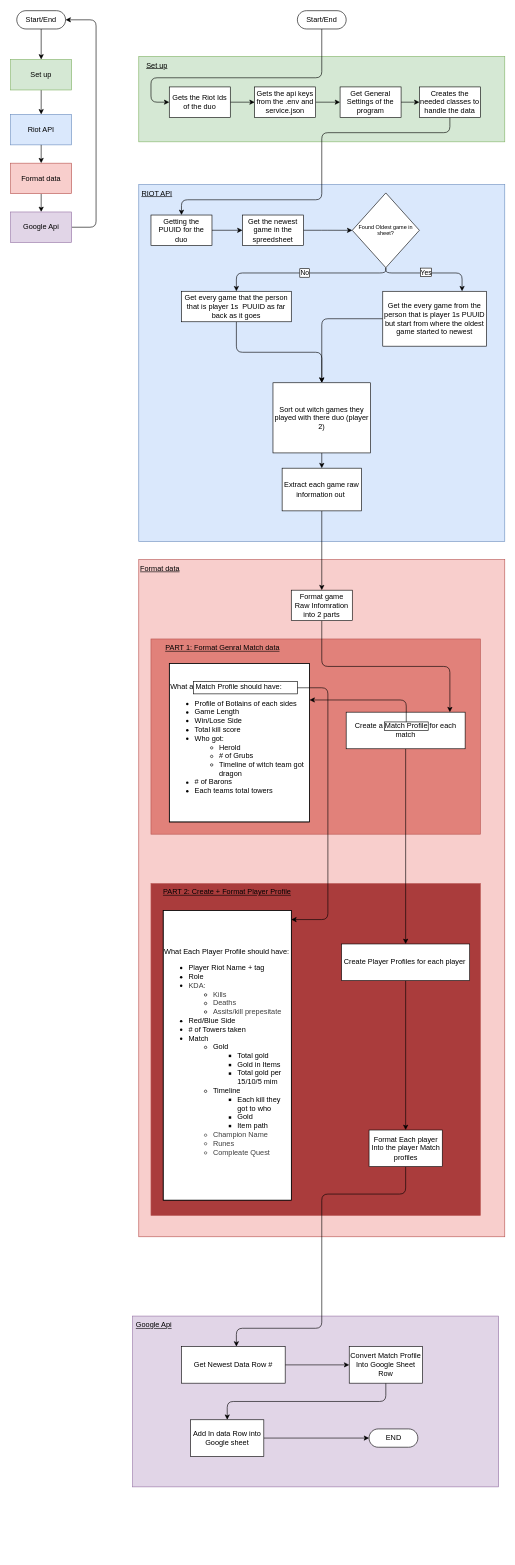
Above: structure.drawio in DavidJanssonDev/botlain-duo-spreadsheet-tracker (draw.io), before the change. Source tidied: cells renumbered, new cells numbered last; positions are measured from the earlier drawing's top-left corner, leaving out a move shared by most shapes. Both pictures are drawn from the tidied source at 61%, with x=0, y=0 at pixel (10, 10).
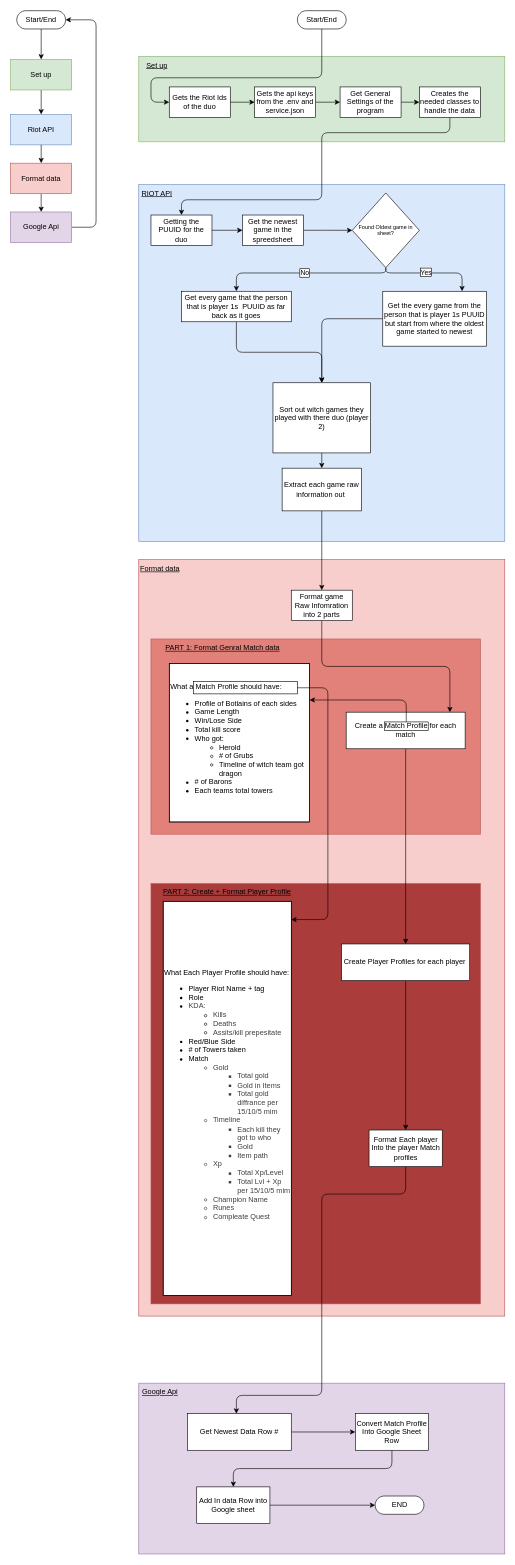
After the change.

Commit message (it also covers changes not shown here):
Finish Phase 1

Added the Class fields and what they include in the class and change a bit ofteh structure to explain better

Unchanged cells that the change refers to:
```xml
<mxCell id="67" value="Format Each player Into the player Match profiles" style="whiteSpace=wrap;html=1;rounded=0;" parent="1" vertex="1">
  <mxGeometry x="587.5" y="1835" width="120" height="60" as="geometry" />
</mxCell>
```

What changed in the source:
```diff
@@
     <mxCell id="2" style="html=1;dashed=0;whiteSpace=wrap;fillColor=#f8cecc;strokeColor=#b85450;" parent="1" vertex="1">
-      <mxGeometry x="210" y="900" width="600" height="1110" as="geometry" />
+      <mxGeometry x="210" y="900" width="600" height="1240" as="geometry" />
     </mxCell>
     <mxCell id="3" style="html=1;dashed=0;whiteSpace=wrap;fillColor=light-dark(#aa3c3c, #ededed);strokeColor=#b85450;fillStyle=solid;" parent="1" vertex="1">
-      <mxGeometry x="230" y="1431" width="540" height="544" as="geometry" />
+      <mxGeometry x="230" y="1431" width="540" height="689" as="geometry" />
     </mxCell>
@@
     <mxCell id="38" style="html=1;dashed=0;whiteSpace=wrap;fillColor=#e1d5e7;strokeColor=#9673a6;" parent="1" vertex="1">
-      <mxGeometry x="200" y="2140" width="600" height="280" as="geometry" />
+      <mxGeometry x="210" y="2250" width="600" height="280" as="geometry" />
     </mxCell>
     <mxCell id="39" value="&lt;span style=&quot;color: rgb(0, 0, 0);&quot;&gt;Google Api&lt;/span&gt;" style="text;html=1;whiteSpace=wrap;strokeColor=none;fillColor=none;align=center;verticalAlign=middle;rounded=0;fontStyle=4;" parent="1" vertex="1">
-      <mxGeometry x="200" y="2150" width="70" height="10" as="geometry" />
+      <mxGeometry x="210" y="2260" width="70" height="10" as="geometry" />
     </mxCell>
@@
     <mxCell id="62" style="group;" parent="1" vertex="1">
-      <mxGeometry x="250" y="1475" width="210" height="500" as="geometry" />
+      <mxGeometry x="250" y="1460" width="210" height="680" as="geometry" />
     </mxCell>
     <mxCell id="63" style="whiteSpace=wrap;html=1;dashed=0;align=left;labelPosition=right;verticalLabelPosition=top;verticalAlign=bottom;" parent="62" vertex="1">
-      <mxGeometry width="210" height="475" as="geometry" />
+      <mxGeometry width="210" height="646" as="geometry" />
     </mxCell>
-    <mxCell id="64" value="What Each Player Profile should have:&lt;div&gt;&lt;ul&gt;&lt;li&gt;Player Riot Name + tag&lt;/li&gt;&lt;li&gt;Role&lt;/li&gt;&lt;li&gt;&lt;span style=&quot;color: rgb(63, 63, 63); background-color: transparent;&quot;&gt;KDA:&lt;/span&gt;&lt;/li&gt;&lt;ul&gt;&lt;li&gt;&lt;span style=&quot;color: rgb(63, 63, 63); background-color: transparent;&quot;&gt;Kills&lt;/span&gt;&lt;/li&gt;&lt;li&gt;&lt;span style=&quot;color: rgb(63, 63, 63); background-color: transparent;&quot;&gt;Deaths&lt;/span&gt;&lt;/li&gt;&lt;li&gt;&lt;span style=&quot;color: rgb(63, 63, 63); background-color: transparent;&quot;&gt;Assits/kill prepesitate&lt;/span&gt;&lt;/li&gt;&lt;/ul&gt;&lt;li&gt;Red/Blue Side&lt;/li&gt;&lt;li&gt;# of Towers taken&lt;/li&gt;&lt;li&gt;Match&lt;/li&gt;&lt;ul&gt;&lt;li&gt;Gold&amp;nbsp;&lt;/li&gt;&lt;ul&gt;&lt;li&gt;Total gold&lt;/li&gt;&lt;li&gt;Gold in Items&lt;/li&gt;&lt;li&gt;Total gold per 15/10/5 mim&lt;/li&gt;&lt;/ul&gt;&lt;li&gt;Timeline&lt;/li&gt;&lt;ul&gt;&lt;li&gt;Each kill they got to who&lt;/li&gt;&lt;li&gt;Gold&lt;/li&gt;&lt;li&gt;Item path&lt;/li&gt;&lt;/ul&gt;&lt;li style=&quot;color: rgb(63, 63, 63); scrollbar-color: rgba(78, 86, 102, 0.38) rgb(22, 25, 29);&quot;&gt;Champion Name&lt;/li&gt;&lt;li style=&quot;color: rgb(63, 63, 63); scrollbar-color: rgba(78, 86, 102, 0.38) rgb(22, 25, 29);&quot;&gt;Runes&lt;/li&gt;&lt;li style=&quot;color: rgb(63, 63, 63); scrollbar-color: rgba(78, 86, 102, 0.38) rgb(22, 25, 29);&quot;&gt;Compleate Quest&lt;/li&gt;&lt;/ul&gt;&lt;/ul&gt;&lt;/div&gt;" style="text;html=1;whiteSpace=wrap;strokeColor=default;fillColor=none;align=left;verticalAlign=middle;rounded=0;" parent="62" vertex="1">
-      <mxGeometry width="210" height="475" as="geometry" />
+    <mxCell id="64" value="What Each Player Profile should have:&lt;div&gt;&lt;ul&gt;&lt;li&gt;Player Riot Name + tag&lt;/li&gt;&lt;li&gt;Role&lt;/li&gt;&lt;li&gt;&lt;span style=&quot;color: rgb(63, 63, 63); background-color: transparent;&quot;&gt;KDA:&lt;/span&gt;&lt;/li&gt;&lt;ul&gt;&lt;li&gt;&lt;span style=&quot;color: rgb(63, 63, 63); background-color: transparent;&quot;&gt;Kills&lt;/span&gt;&lt;/li&gt;&lt;li&gt;&lt;span style=&quot;color: rgb(63, 63, 63); background-color: transparent;&quot;&gt;Deaths&lt;/span&gt;&lt;/li&gt;&lt;li&gt;&lt;span style=&quot;color: rgb(63, 63, 63); background-color: transparent;&quot;&gt;Assits/kill prepesitate&lt;/span&gt;&lt;/li&gt;&lt;/ul&gt;&lt;li&gt;Red/Blue Side&lt;/li&gt;&lt;li&gt;# of Towers taken&lt;/li&gt;&lt;li&gt;Match&lt;/li&gt;&lt;ul style=&quot;color: rgb(63, 63, 63); scrollbar-color: rgba(78, 86, 102, 0.38) rgb(22, 25, 29);&quot;&gt;&lt;li&gt;Gold&amp;nbsp;&lt;/li&gt;&lt;ul&gt;&lt;li&gt;Total gold&lt;/li&gt;&lt;li&gt;Gold in Items&lt;/li&gt;&lt;li&gt;Total gold diffrance per 15/10/5 mim&lt;/li&gt;&lt;/ul&gt;&lt;li&gt;Timeline&lt;/li&gt;&lt;ul&gt;&lt;li&gt;Each kill they got to who&lt;/li&gt;&lt;li&gt;Gold&lt;/li&gt;&lt;li&gt;Item path&lt;br&gt;&lt;/li&gt;&lt;/ul&gt;&lt;li style=&quot;color: rgb(63, 63, 63); scrollbar-color: rgba(78, 86, 102, 0.38) rgb(22, 25, 29);&quot;&gt;Xp&lt;/li&gt;&lt;ul&gt;&lt;li style=&quot;color: rgb(63, 63, 63); scrollbar-color: rgba(78, 86, 102, 0.38) rgb(22, 25, 29);&quot;&gt;Total Xp/Level&lt;/li&gt;&lt;li style=&quot;color: rgb(63, 63, 63); scrollbar-color: rgba(78, 86, 102, 0.38) rgb(22, 25, 29);&quot;&gt;Total Lvl + Xp per 15/10/5 mim&lt;/li&gt;&lt;/ul&gt;&lt;/ul&gt;&lt;ul&gt;&lt;li style=&quot;color: rgb(63, 63, 63); scrollbar-color: rgba(78, 86, 102, 0.38) rgb(22, 25, 29);&quot;&gt;Champion Name&lt;/li&gt;&lt;li style=&quot;color: rgb(63, 63, 63); scrollbar-color: rgba(78, 86, 102, 0.38) rgb(22, 25, 29);&quot;&gt;Runes&lt;/li&gt;&lt;li style=&quot;color: rgb(63, 63, 63); scrollbar-color: rgba(78, 86, 102, 0.38) rgb(22, 25, 29);&quot;&gt;Compleate Quest&lt;/li&gt;&lt;/ul&gt;&lt;/ul&gt;&lt;/div&gt;" style="text;html=1;whiteSpace=wrap;strokeColor=default;fillColor=none;align=left;verticalAlign=middle;rounded=0;" parent="62" vertex="1">
+      <mxGeometry width="210" height="646" as="geometry" />
     </mxCell>
@@
     <mxCell id="66" style="edgeStyle=orthogonalEdgeStyle;shape=connector;rounded=1;html=1;strokeColor=default;align=center;verticalAlign=middle;fontFamily=Helvetica;fontSize=11;fontColor=default;labelBackgroundColor=default;endArrow=classic;" parent="1" edge="1" source="67" target="69">
       <mxGeometry x="-0.12" relative="1" as="geometry">
         <Array as="points">
           <mxPoint x="647.5" y="1940" />
           <mxPoint x="510" y="1940" />
-          <mxPoint x="510" y="2160" />
-          <mxPoint x="370" y="2160" />
+          <mxPoint x="510" y="2270" />
+          <mxPoint x="370" y="2270" />
         </Array>
       </mxGeometry>
     </mxCell>
@@
     <mxCell id="69" value="Get Newest Data Row #" style="whiteSpace=wrap;html=1;rounded=0;" parent="1" vertex="1">
-      <mxGeometry x="280" y="2190" width="170" height="60" as="geometry" />
+      <mxGeometry x="290" y="2300" width="170" height="60" as="geometry" />
     </mxCell>
     <mxCell id="70" style="edgeStyle=orthogonalEdgeStyle;shape=connector;rounded=1;html=1;strokeColor=default;align=center;verticalAlign=middle;fontFamily=Helvetica;fontSize=11;fontColor=default;labelBackgroundColor=default;endArrow=classic;" parent="1" edge="1" source="71" target="73">
       <mxGeometry relative="1" as="geometry">
         <Array as="points">
-          <mxPoint x="615" y="2280" />
-          <mxPoint x="355" y="2280" />
+          <mxPoint x="625" y="2390" />
+          <mxPoint x="365" y="2390" />
         </Array>
       </mxGeometry>
     </mxCell>
     <mxCell id="71" value="Convert Match Profile Into Google Sheet Row" style="whiteSpace=wrap;html=1;rounded=0;" parent="1" vertex="1">
-      <mxGeometry x="555" y="2190" width="120" height="60" as="geometry" />
+      <mxGeometry x="565" y="2300" width="120" height="60" as="geometry" />
     </mxCell>
@@
     <mxCell id="73" value="Add In data Row into Google sheet" style="whiteSpace=wrap;html=1;rounded=0;" parent="1" vertex="1">
-      <mxGeometry x="295" y="2310" width="120" height="60" as="geometry" />
+      <mxGeometry x="305" y="2420" width="120" height="60" as="geometry" />
     </mxCell>
     <mxCell id="74" value="END" style="html=1;dashed=0;whiteSpace=wrap;shape=mxgraph.dfd.start;" parent="1" vertex="1">
-      <mxGeometry x="587.5" y="2325" width="80" height="30" as="geometry" />
+      <mxGeometry x="597.5" y="2435" width="80" height="30" as="geometry" />
     </mxCell>
```
